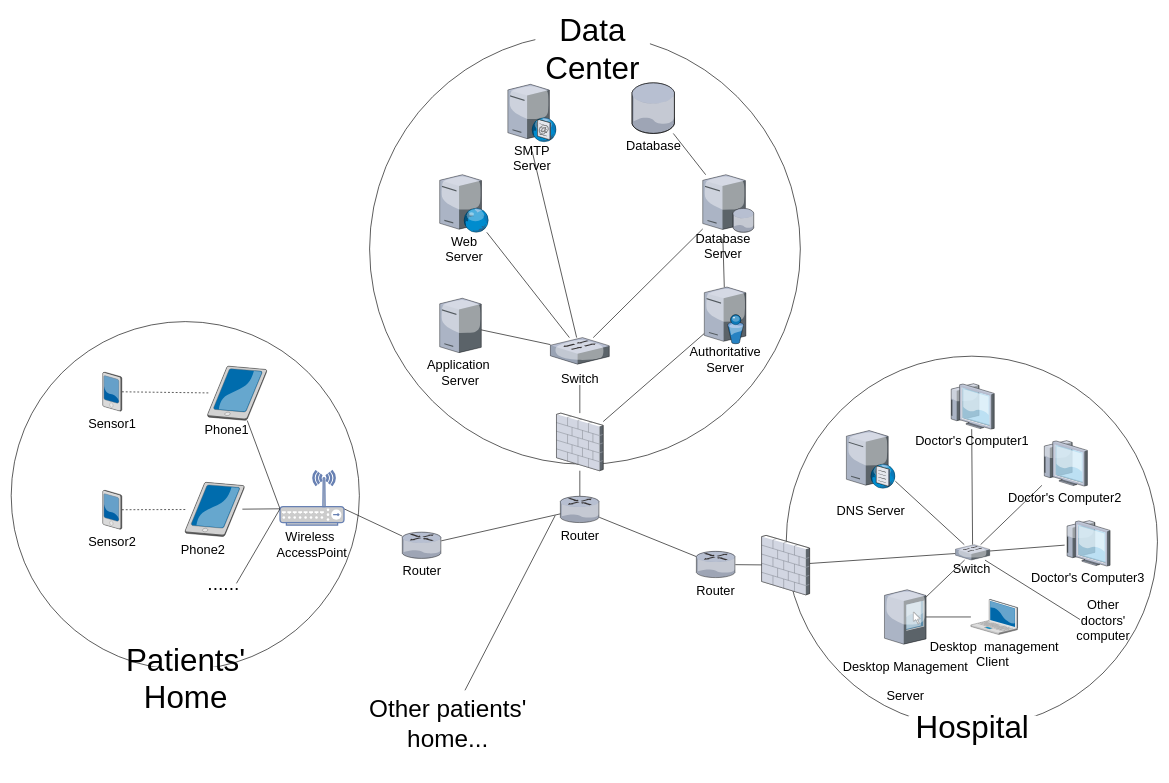
Above: Untitled Diagram.drawio in johnGorillaZheng/ANU-Basketball (draw.io), before the change. Source tidied: cells renumbered, new cells numbered last; positions are measured from the earlier drawing's top-left corner, leaving out a move shared by most shapes. Both pictures are drawn from the tidied source at 64%, with x=0, y=0 at pixel (11, 15).
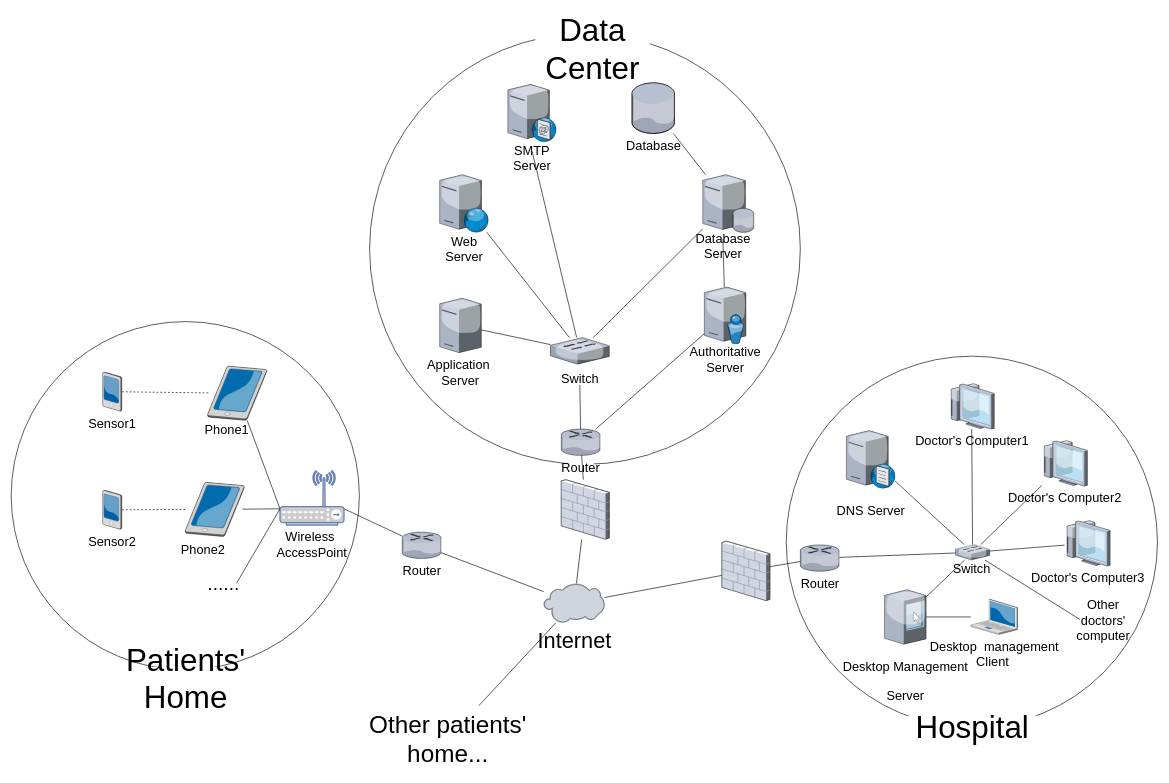
The same diagram, later.

The change refers to these unchanged cells:
```xml
<mxCell id="17" value="Switch" style="text;html=1;strokeColor=none;fillColor=none;align=center;verticalAlign=middle;whiteSpace=wrap;rounded=0;fontSize=20;" parent="15" vertex="1">
  <mxGeometry x="26" y="54" width="40" height="20" as="geometry" />
</mxCell>
<mxCell id="22" style="verticalLabelPosition=bottom;html=1;verticalAlign=top;strokeColor=none;align=center;outlineConnect=0;shape=mxgraph.citrix.directory_server;fillColor=#ffffff;fontSize=20;" parent="21" vertex="1">
  <mxGeometry width="65" height="88.5" as="geometry" />
</mxCell>
<mxCell id="43" style="verticalLabelPosition=bottom;html=1;verticalAlign=top;strokeColor=none;align=center;outlineConnect=0;shape=mxgraph.citrix.router;" parent="42" vertex="1">
  <mxGeometry width="61" height="41" as="geometry" />
</mxCell>
<mxCell id="73" style="verticalLabelPosition=bottom;html=1;verticalAlign=top;strokeColor=none;align=center;outlineConnect=0;shape=mxgraph.citrix.router;" parent="72" vertex="1">
  <mxGeometry width="61" height="41" as="geometry" />
</mxCell>
<mxCell id="83" style="verticalLabelPosition=bottom;html=1;verticalAlign=top;strokeColor=none;align=center;outlineConnect=0;shape=mxgraph.citrix.switch;" parent="82" vertex="1">
  <mxGeometry x="21" width="53.5" height="24.1" as="geometry" />
</mxCell>
```

The edit, as a diff of the source:
```diff
@@
-    <mxCell id="4" style="rounded=0;jettySize=auto;html=1;entryX=0.5;entryY=1;entryDx=0;entryDy=0;fontSize=20;endArrow=none;endFill=0;" parent="1" edge="1" source="6" target="17">
+    <mxCell id="4" style="rounded=0;jettySize=auto;html=1;entryX=0.5;entryY=1;entryDx=0;entryDy=0;fontSize=20;endArrow=none;endFill=0;" parent="1" edge="1" source="37" target="17">
       <mxGeometry relative="1" as="geometry" />
     </mxCell>
-    <mxCell id="5" style="edgeStyle=none;rounded=0;jettySize=auto;html=1;fontSize=20;endArrow=none;endFill=0;" parent="1" edge="1" source="6" target="22">
+    <mxCell id="5" style="edgeStyle=none;rounded=0;jettySize=auto;html=1;fontSize=20;endArrow=none;endFill=0;" parent="1" edge="1" source="37" target="22">
       <mxGeometry relative="1" as="geometry" />
     </mxCell>
-    <mxCell id="6" style="verticalLabelPosition=bottom;html=1;verticalAlign=top;strokeColor=none;align=center;outlineConnect=0;shape=mxgraph.citrix.firewall;" parent="1" vertex="1">
-      <mxGeometry x="852" y="622" width="73" height="90" as="geometry" />
-    </mxCell>
-    <mxCell id="7" style="edgeStyle=orthogonalEdgeStyle;rounded=0;jettySize=auto;html=1;fontSize=20;endArrow=none;endFill=0;" parent="1" edge="1" source="37" target="6">
-      <mxGeometry relative="1" as="geometry" />
-    </mxCell>
@@
-    <mxCell id="36" style="group;" parent="1" vertex="1">
-      <mxGeometry x="858" y="752" width="61" height="70" as="geometry" />
-    </mxCell>
-    <mxCell id="37" style="verticalLabelPosition=bottom;html=1;verticalAlign=top;strokeColor=none;align=center;outlineConnect=0;shape=mxgraph.citrix.router;" parent="36" vertex="1">
-      <mxGeometry width="61" height="41" as="geometry" />
-    </mxCell>
-    <mxCell id="38" value="Router" style="text;html=1;strokeColor=none;fillColor=none;align=center;verticalAlign=middle;whiteSpace=wrap;rounded=0;fontSize=20;" parent="36" vertex="1">
-      <mxGeometry x="10.5" y="50" width="40" height="20" as="geometry" />
-    </mxCell>
-    <mxCell id="39" style="edgeStyle=none;rounded=0;jettySize=auto;html=1;endArrow=none;endFill=0;fontSize=20;" parent="1" edge="1" source="37" target="73">
-      <mxGeometry relative="1" as="geometry" />
-    </mxCell>
@@
-    <mxCell id="46" style="edgeStyle=none;rounded=0;jettySize=auto;html=1;endArrow=none;endFill=0;fontSize=20;" parent="1" edge="1" source="43" target="37">
+    <mxCell id="46" style="edgeStyle=none;rounded=0;jettySize=auto;html=1;endArrow=none;endFill=0;fontSize=20;" parent="1" edge="1" source="43" target="103">
       <mxGeometry relative="1" as="geometry" />
     </mxCell>
@@
-    <mxCell id="68" style="edgeStyle=none;rounded=0;jettySize=auto;html=1;endArrow=none;endFill=0;fontSize=38;" parent="1" edge="1" source="69">
-      <mxGeometry relative="1" as="geometry">
-        <mxPoint x="850" y="782" as="targetPoint" />
-      </mxGeometry>
+    <mxCell id="68" style="edgeStyle=none;rounded=0;jettySize=auto;html=1;endArrow=none;endFill=0;fontSize=38;" parent="1" edge="1" source="69" target="103">
+      <mxGeometry relative="1" as="geometry" />
     </mxCell>
     <mxCell id="69" value="Other patients' home..." style="text;html=1;align=center;verticalAlign=middle;whiteSpace=wrap;rounded=0;strokeWidth=6;fontSize=38;fillColor=#ffffff;" parent="1" vertex="1">
-      <mxGeometry x="557.5" y="1055.5" width="249" height="104" as="geometry" />
+      <mxGeometry x="557.5" y="1079.5" width="249" height="104" as="geometry" />
     </mxCell>
-    <mxCell id="70" style="edgeStyle=none;rounded=0;jettySize=auto;html=1;endArrow=none;endFill=0;fontSize=20;" parent="1" edge="1" source="71" target="83">
-      <mxGeometry relative="1" as="geometry" />
-    </mxCell>
-    <mxCell id="71" style="verticalLabelPosition=bottom;html=1;verticalAlign=top;strokeColor=none;align=center;outlineConnect=0;shape=mxgraph.citrix.firewall;fillColor=#ffffff;fontSize=20;" parent="1" vertex="1">
-      <mxGeometry x="1172.5" y="813" width="75" height="93" as="geometry" />
-    </mxCell>
     <mxCell id="72" style="group;" parent="1" vertex="1">
-      <mxGeometry x="1070.5" y="838" width="61" height="70" as="geometry" />
+      <mxGeometry x="1233" y="828" width="61" height="70" as="geometry" />
     </mxCell>
@@
-    <mxCell id="75" style="edgeStyle=none;rounded=0;jettySize=auto;html=1;endArrow=none;endFill=0;fontSize=20;" parent="1" edge="1" source="73" target="71">
-      <mxGeometry relative="1" as="geometry" />
-    </mxCell>
@@
+    <mxCell id="95" style="verticalLabelPosition=bottom;html=1;verticalAlign=top;strokeColor=none;align=center;outlineConnect=0;shape=mxgraph.citrix.firewall;fillColor=#ffffff;fontSize=20;" parent="1" vertex="1">
+      <mxGeometry x="859.5" y="726" width="75" height="93" as="geometry" />
+    </mxCell>
+    <mxCell id="96" style="group;" parent="1" vertex="1">
+      <mxGeometry x="859.5" y="647" width="61" height="70" as="geometry" />
+    </mxCell>
+    <mxCell id="37" style="verticalLabelPosition=bottom;html=1;verticalAlign=top;strokeColor=none;align=center;outlineConnect=0;shape=mxgraph.citrix.router;" parent="96" vertex="1">
+      <mxGeometry width="61" height="41" as="geometry" />
+    </mxCell>
+    <mxCell id="38" value="Router" style="text;html=1;align=center;verticalAlign=middle;whiteSpace=wrap;rounded=0;fontSize=20;fillColor=#ffffff;" parent="96" vertex="1">
+      <mxGeometry x="10.5" y="50" width="40" height="20" as="geometry" />
+    </mxCell>
+    <mxCell id="97" style="edgeStyle=none;rounded=0;jettySize=auto;html=1;endArrow=none;endFill=0;fontSize=20;" parent="1" edge="1" source="37" target="95">
+      <mxGeometry relative="1" as="geometry" />
+    </mxCell>
+    <mxCell id="98" style="edgeStyle=none;rounded=0;jettySize=auto;html=1;endArrow=none;endFill=0;fontSize=20;" parent="1" edge="1" source="100" target="73">
+      <mxGeometry relative="1" as="geometry" />
+    </mxCell>
+    <mxCell id="99" style="edgeStyle=none;rounded=0;jettySize=auto;html=1;endArrow=none;endFill=0;fontSize=20;" parent="1" edge="1" source="100" target="103">
+      <mxGeometry relative="1" as="geometry" />
+    </mxCell>
+    <mxCell id="100" style="verticalLabelPosition=bottom;html=1;verticalAlign=top;strokeColor=none;align=center;outlineConnect=0;shape=mxgraph.citrix.firewall;fillColor=#ffffff;fontSize=20;" parent="1" vertex="1">
+      <mxGeometry x="1110.5" y="822" width="75" height="93" as="geometry" />
+    </mxCell>
+    <mxCell id="101" style="edgeStyle=none;rounded=0;jettySize=auto;html=1;endArrow=none;endFill=0;fontSize=20;" parent="1" edge="1" source="73" target="83">
+      <mxGeometry relative="1" as="geometry" />
+    </mxCell>
+    <mxCell id="102" style="edgeStyle=none;rounded=0;jettySize=auto;html=1;endArrow=none;endFill=0;fontSize=20;" parent="1" edge="1" source="103" target="95">
+      <mxGeometry relative="1" as="geometry" />
+    </mxCell>
+    <mxCell id="103" value="Internet" style="verticalLabelPosition=bottom;html=1;verticalAlign=top;strokeColor=none;align=center;outlineConnect=0;shape=mxgraph.citrix.cloud;fillColor=#ffffff;fontSize=34;" parent="1" vertex="1">
+      <mxGeometry x="832" y="888" width="95" height="62" as="geometry" />
+    </mxCell>
```
